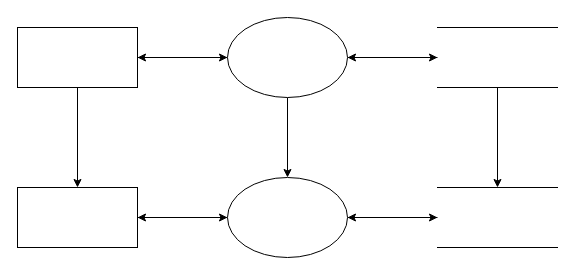
This is Untitled Diagram.drawio from tiagorcfortunato/Case-Implementation-ASD, a draw.io file, before an edit. Source tidied: cells renumbered, new cells numbered last; positions are measured from the earlier drawing's top-left corner, leaving out a move shared by most shapes. Both pictures are drawn from the tidied source at 100%, with x=0, y=0 at pixel (17, 17).
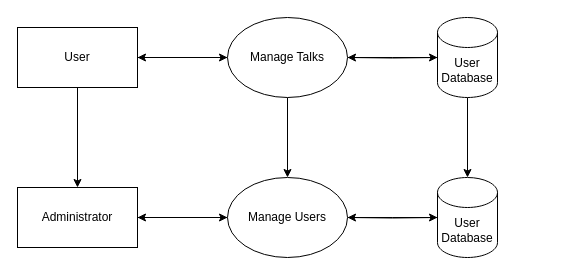
Above is the later version.

The edit, as a diff of the source:
```diff
@@
-    <mxCell id="4" style="rounded=0;whiteSpace=wrap;html=1;" parent="1" vertex="1">
+    <mxCell id="4" value="User" style="rounded=0;whiteSpace=wrap;html=1;" parent="1" vertex="1">
       <mxGeometry y="10" width="120" height="60" as="geometry" />
     </mxCell>
@@
-    <mxCell id="6" style="rounded=0;whiteSpace=wrap;html=1;" parent="1" vertex="1">
+    <mxCell id="6" value="Administrator" style="rounded=0;whiteSpace=wrap;html=1;" parent="1" vertex="1">
       <mxGeometry y="170" width="120" height="60" as="geometry" />
     </mxCell>
@@
-    <mxCell id="8" style="edgeStyle=orthogonalEdgeStyle;rounded=0;jettySize=auto;html=1;" parent="1" edge="1" source="9" target="15">
-      <mxGeometry relative="1" as="geometry" />
+    <mxCell id="8" style="edgeStyle=orthogonalEdgeStyle;rounded=0;jettySize=auto;html=1;" parent="1" edge="1" source="9">
+      <mxGeometry relative="1" as="geometry">
+        <mxPoint x="420" y="200" as="targetPoint" />
+      </mxGeometry>
     </mxCell>
-    <mxCell id="9" style="ellipse;whiteSpace=wrap;html=1;" parent="1" vertex="1">
+    <mxCell id="9" value="Manage Users" style="ellipse;whiteSpace=wrap;html=1;" parent="1" vertex="1">
       <mxGeometry x="210" y="160" width="120" height="80" as="geometry" />
     </mxCell>
@@
-    <mxCell id="11" style="edgeStyle=orthogonalEdgeStyle;rounded=0;jettySize=auto;html=1;entryX=0;entryY=0.5;entryDx=0;entryDy=0;" parent="1" edge="1" source="13" target="18">
-      <mxGeometry relative="1" as="geometry" />
+    <mxCell id="11" style="edgeStyle=orthogonalEdgeStyle;rounded=0;jettySize=auto;html=1;entryX=0;entryY=0.5;entryDx=0;entryDy=0;" parent="1" edge="1" source="13">
+      <mxGeometry relative="1" as="geometry">
+        <mxPoint x="420" y="40" as="targetPoint" />
+      </mxGeometry>
     </mxCell>
@@
-    <mxCell id="13" style="ellipse;whiteSpace=wrap;html=1;" parent="1" vertex="1">
+    <mxCell id="13" value="Manage Talks" style="ellipse;whiteSpace=wrap;html=1;" parent="1" vertex="1">
       <mxGeometry x="210" width="120" height="80" as="geometry" />
     </mxCell>
-    <mxCell id="14" style="edgeStyle=orthogonalEdgeStyle;rounded=0;jettySize=auto;html=1;entryX=1;entryY=0.5;entryDx=0;entryDy=0;" parent="1" edge="1" source="15" target="9">
-      <mxGeometry relative="1" as="geometry" />
+    <mxCell id="14" style="edgeStyle=orthogonalEdgeStyle;rounded=0;jettySize=auto;html=1;entryX=1;entryY=0.5;entryDx=0;entryDy=0;" parent="1" edge="1" target="9">
+      <mxGeometry relative="1" as="geometry">
+        <mxPoint x="420" y="200" as="sourcePoint" />
+      </mxGeometry>
     </mxCell>
-    <mxCell id="15" style="shape=partialRectangle;whiteSpace=wrap;html=1;left=0;right=0;fillColor=none;" parent="1" vertex="1">
-      <mxGeometry x="420" y="170" width="120" height="60" as="geometry" />
-    </mxCell>
-    <mxCell id="16" style="edgeStyle=orthogonalEdgeStyle;rounded=0;jettySize=auto;html=1;entryX=1;entryY=0.5;entryDx=0;entryDy=0;" parent="1" edge="1" source="18" target="13">
-      <mxGeometry relative="1" as="geometry" />
+    <mxCell id="16" style="edgeStyle=orthogonalEdgeStyle;rounded=0;jettySize=auto;html=1;entryX=1;entryY=0.5;entryDx=0;entryDy=0;" parent="1" edge="1" target="13">
+      <mxGeometry relative="1" as="geometry">
+        <mxPoint x="420" y="40" as="sourcePoint" />
+      </mxGeometry>
     </mxCell>
-    <mxCell id="17" style="edgeStyle=orthogonalEdgeStyle;rounded=0;jettySize=auto;html=1;entryX=0.5;entryY=0;entryDx=0;entryDy=0;" parent="1" edge="1" source="18" target="15">
+    <mxCell id="17" style="edgeStyle=orthogonalEdgeStyle;rounded=0;jettySize=auto;html=1;exitX=0.5;exitY=1;exitDx=0;exitDy=0;exitPerimeter=0;entryX=0.5;entryY=0;entryDx=0;entryDy=0;entryPerimeter=0;" parent="1" edge="1" source="20" target="19">
       <mxGeometry relative="1" as="geometry" />
     </mxCell>
-    <mxCell id="18" style="shape=partialRectangle;whiteSpace=wrap;html=1;left=0;right=0;fillColor=none;" parent="1" vertex="1">
-      <mxGeometry x="420" y="10" width="120" height="60" as="geometry" />
-    </mxCell>
+    <mxCell id="19" value="User Database" style="shape=cylinder3;whiteSpace=wrap;html=1;boundedLbl=1;backgroundOutline=1;size=15;" parent="1" vertex="1">
+      <mxGeometry x="420" y="160" width="60" height="80" as="geometry" />
+    </mxCell>
+    <mxCell id="20" value="User Database" style="shape=cylinder3;whiteSpace=wrap;html=1;boundedLbl=1;backgroundOutline=1;size=15;" parent="1" vertex="1">
+      <mxGeometry x="420" width="60" height="80" as="geometry" />
+    </mxCell>
```
